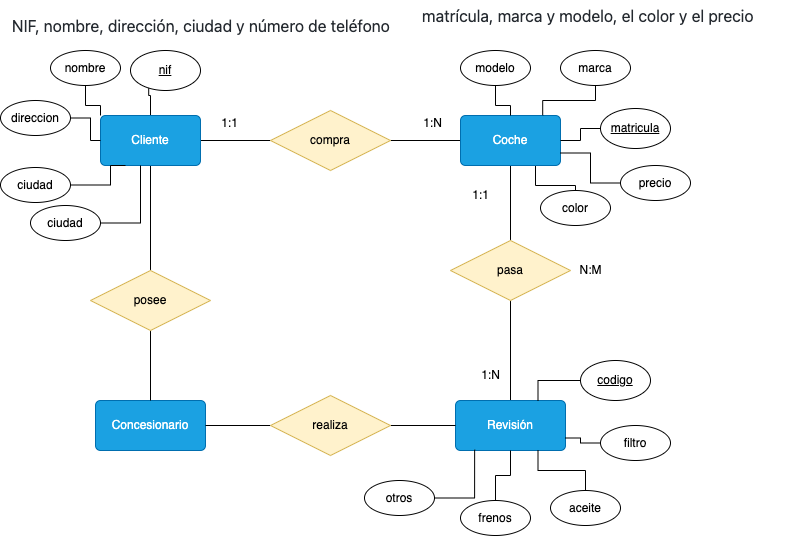
The draw.io diagram Primero/BAE/UNIDAD-2/tareas-clase/tarea6/er-solucion-2.png in jpexposito/docencia, before a commit. Source tidied: cells renumbered, new cells last; positions are measured from the earlier drawing's top-left corner, leaving out a move shared by most shapes. Its diagram source:
```xml
<mxGraphModel>
  <root>
    <mxCell id="0" />
    <mxCell id="1" parent="0" />
    <mxCell id="2" style="edgeStyle=orthogonalEdgeStyle;rounded=0;jettySize=auto;html=1;entryX=0.26;entryY=0.868;entryDx=0;entryDy=0;entryPerimeter=0;endArrow=none;endFill=0;" parent="1" edge="1" source="5" target="30">
      <mxGeometry relative="1" as="geometry" />
    </mxCell>
    <mxCell id="3" style="edgeStyle=orthogonalEdgeStyle;rounded=0;jettySize=auto;html=1;endArrow=none;endFill=0;entryX=0;entryY=0.5;entryDx=0;entryDy=0;" parent="1" edge="1" source="5" target="18">
      <mxGeometry relative="1" as="geometry" />
    </mxCell>
    <mxCell id="4" style="edgeStyle=orthogonalEdgeStyle;rounded=0;jettySize=auto;html=1;endArrow=none;endFill=0;" parent="1" edge="1" source="5" target="54">
      <mxGeometry relative="1" as="geometry" />
    </mxCell>
    <mxCell id="5" value="Cliente" style="rounded=1;arcSize=10;whiteSpace=wrap;html=1;align=center;fillColor=#1ba1e2;strokeColor=#006EAF;fontColor=#ffffff;" parent="1" vertex="1">
      <mxGeometry x="100" y="115" width="100" height="50" as="geometry" />
    </mxCell>
    <mxCell id="6" style="edgeStyle=orthogonalEdgeStyle;rounded=0;jettySize=auto;html=1;endArrow=none;endFill=0;exitX=1;exitY=0.5;exitDx=0;exitDy=0;" parent="1" edge="1" source="18" target="9">
      <mxGeometry relative="1" as="geometry" />
    </mxCell>
    <mxCell id="7" style="edgeStyle=orthogonalEdgeStyle;rounded=0;jettySize=auto;html=1;endArrow=none;endFill=0;entryX=0.5;entryY=0;entryDx=0;entryDy=0;" parent="1" edge="1" source="9" target="19">
      <mxGeometry relative="1" as="geometry" />
    </mxCell>
    <mxCell id="8" style="edgeStyle=orthogonalEdgeStyle;rounded=0;jettySize=auto;html=1;entryX=0.5;entryY=0;entryDx=0;entryDy=0;exitX=0.75;exitY=1;exitDx=0;exitDy=0;endArrow=none;endFill=0;" parent="1" edge="1" source="9" target="23">
      <mxGeometry relative="1" as="geometry" />
    </mxCell>
    <mxCell id="9" value="Coche" style="whiteSpace=wrap;html=1;rounded=1;arcSize=10;fillColor=#1ba1e2;fontColor=#ffffff;strokeColor=#006EAF;" parent="1" vertex="1">
      <mxGeometry x="460" y="115" width="100" height="50" as="geometry" />
    </mxCell>
    <mxCell id="10" style="edgeStyle=orthogonalEdgeStyle;rounded=0;jettySize=auto;html=1;endArrow=none;endFill=0;exitX=0.5;exitY=1;exitDx=0;exitDy=0;" parent="1" edge="1" source="19" target="11">
      <mxGeometry relative="1" as="geometry" />
    </mxCell>
    <mxCell id="11" value="Revisión" style="whiteSpace=wrap;html=1;rounded=1;arcSize=10;fillColor=#1ba1e2;fontColor=#ffffff;strokeColor=#006EAF;" parent="1" vertex="1">
      <mxGeometry x="455" y="400" width="110" height="50" as="geometry" />
    </mxCell>
    <mxCell id="12" value="1:N" style="text;html=1;align=center;verticalAlign=middle;strokeColor=none;fillColor=none;" parent="1" vertex="1">
      <mxGeometry x="412" y="108" width="40" height="30" as="geometry" />
    </mxCell>
    <mxCell id="13" value="1:1" style="text;html=1;align=center;verticalAlign=middle;strokeColor=none;fillColor=none;" parent="1" vertex="1">
      <mxGeometry x="209" y="108" width="40" height="30" as="geometry" />
    </mxCell>
    <mxCell id="14" value="1:1" style="text;html=1;align=center;verticalAlign=middle;strokeColor=none;fillColor=none;" parent="1" vertex="1">
      <mxGeometry x="460" y="180" width="40" height="30" as="geometry" />
    </mxCell>
    <mxCell id="15" value="1:N" style="text;html=1;align=center;verticalAlign=middle;strokeColor=none;fillColor=none;" parent="1" vertex="1">
      <mxGeometry x="470" y="360" width="40" height="30" as="geometry" />
    </mxCell>
    <mxCell id="16" value="N:M" style="text;html=1;align=center;verticalAlign=middle;strokeColor=none;fillColor=none;" parent="1" vertex="1">
      <mxGeometry x="565" y="255" width="50" height="30" as="geometry" />
    </mxCell>
    <mxCell id="17" value="&lt;span style=&quot;color: rgb(36, 41, 47); font-family: -apple-system, &amp;quot;system-ui&amp;quot;, &amp;quot;Segoe UI&amp;quot;, &amp;quot;Noto Sans&amp;quot;, Helvetica, Arial, sans-serif, &amp;quot;Apple Color Emoji&amp;quot;, &amp;quot;Segoe UI Emoji&amp;quot;; font-size: 16px; font-style: normal; font-variant-ligatures: normal; font-variant-caps: normal; font-weight: 400; letter-spacing: normal; orphans: 2; text-align: justify; text-indent: 0px; text-transform: none; widows: 2; word-spacing: 0px; -webkit-text-stroke-width: 0px; background-color: rgb(255, 255, 255); text-decoration-thickness: initial; text-decoration-style: initial; text-decoration-color: initial; float: none; display: inline !important;&quot;&gt;matrícula, marca y modelo, el color y el precio&lt;/span&gt;" style="text;whiteSpace=wrap;html=1;" parent="1" vertex="1">
      <mxGeometry x="420" width="370" height="40" as="geometry" />
    </mxCell>
    <mxCell id="18" value="compra" style="shape=rhombus;perimeter=rhombusPerimeter;whiteSpace=wrap;html=1;align=center;fillColor=#fff2cc;strokeColor=#d6b656;" parent="1" vertex="1">
      <mxGeometry x="270" y="110" width="120" height="60" as="geometry" />
    </mxCell>
    <mxCell id="19" value="pasa" style="shape=rhombus;perimeter=rhombusPerimeter;whiteSpace=wrap;html=1;align=center;fillColor=#fff2cc;strokeColor=#d6b656;" parent="1" vertex="1">
      <mxGeometry x="450" y="240" width="120" height="60" as="geometry" />
    </mxCell>
    <mxCell id="20" value="marca" style="ellipse;whiteSpace=wrap;html=1;align=center;" parent="1" vertex="1">
      <mxGeometry x="560" y="50" width="70" height="35" as="geometry" />
    </mxCell>
    <mxCell id="21" style="edgeStyle=orthogonalEdgeStyle;rounded=0;jettySize=auto;html=1;endArrow=none;endFill=0;" parent="1" edge="1" source="22" target="9">
      <mxGeometry relative="1" as="geometry" />
    </mxCell>
    <mxCell id="22" value="modelo" style="ellipse;whiteSpace=wrap;html=1;align=center;" parent="1" vertex="1">
      <mxGeometry x="460" y="50" width="70" height="35" as="geometry" />
    </mxCell>
    <mxCell id="23" value="color" style="ellipse;whiteSpace=wrap;html=1;align=center;" parent="1" vertex="1">
      <mxGeometry x="540" y="190" width="70" height="35" as="geometry" />
    </mxCell>
    <mxCell id="24" style="edgeStyle=orthogonalEdgeStyle;rounded=0;jettySize=auto;html=1;entryX=1;entryY=0.75;entryDx=0;entryDy=0;endArrow=none;endFill=0;" parent="1" edge="1" source="25" target="9">
      <mxGeometry relative="1" as="geometry" />
    </mxCell>
    <mxCell id="25" value="precio" style="ellipse;whiteSpace=wrap;html=1;align=center;" parent="1" vertex="1">
      <mxGeometry x="620" y="165" width="70" height="35" as="geometry" />
    </mxCell>
    <mxCell id="26" style="edgeStyle=orthogonalEdgeStyle;rounded=0;jettySize=auto;html=1;entryX=1;entryY=0.5;entryDx=0;entryDy=0;endArrow=none;endFill=0;" parent="1" edge="1" source="27" target="9">
      <mxGeometry relative="1" as="geometry" />
    </mxCell>
    <mxCell id="27" value="matricula" style="ellipse;whiteSpace=wrap;html=1;align=center;fontStyle=4;" parent="1" vertex="1">
      <mxGeometry x="600" y="108" width="70" height="40" as="geometry" />
    </mxCell>
    <mxCell id="28" style="edgeStyle=orthogonalEdgeStyle;rounded=0;jettySize=auto;html=1;entryX=0.822;entryY=-0.005;entryDx=0;entryDy=0;entryPerimeter=0;endArrow=none;endFill=0;" parent="1" edge="1" source="20" target="9">
      <mxGeometry relative="1" as="geometry">
        <Array as="points">
          <mxPoint x="595" y="100" />
          <mxPoint x="542" y="100" />
        </Array>
      </mxGeometry>
    </mxCell>
    <mxCell id="29" value="&lt;span style=&quot;color: rgb(36, 41, 47); font-family: -apple-system, &amp;quot;system-ui&amp;quot;, &amp;quot;Segoe UI&amp;quot;, &amp;quot;Noto Sans&amp;quot;, Helvetica, Arial, sans-serif, &amp;quot;Apple Color Emoji&amp;quot;, &amp;quot;Segoe UI Emoji&amp;quot;; font-size: 16px; font-style: normal; font-variant-ligatures: normal; font-variant-caps: normal; font-weight: 400; letter-spacing: normal; orphans: 2; text-align: justify; text-indent: 0px; text-transform: none; widows: 2; word-spacing: 0px; -webkit-text-stroke-width: 0px; background-color: rgb(255, 255, 255); text-decoration-thickness: initial; text-decoration-style: initial; text-decoration-color: initial; float: none; display: inline !important;&quot;&gt;NIF, nombre, dirección, ciudad y número de teléfono&lt;/span&gt;" style="text;whiteSpace=wrap;html=1;" parent="1" vertex="1">
      <mxGeometry x="10" y="10" width="410" height="40" as="geometry" />
    </mxCell>
    <mxCell id="30" value="nif" style="ellipse;whiteSpace=wrap;html=1;align=center;fontStyle=4;" parent="1" vertex="1">
      <mxGeometry x="130" y="50" width="70" height="40" as="geometry" />
    </mxCell>
    <mxCell id="31" style="edgeStyle=orthogonalEdgeStyle;rounded=0;jettySize=auto;html=1;entryX=0;entryY=0;entryDx=0;entryDy=0;endArrow=none;endFill=0;" parent="1" edge="1" source="32" target="5">
      <mxGeometry relative="1" as="geometry" />
    </mxCell>
    <mxCell id="32" value="nombre" style="ellipse;whiteSpace=wrap;html=1;align=center;" parent="1" vertex="1">
      <mxGeometry x="50" y="50" width="70" height="35" as="geometry" />
    </mxCell>
    <mxCell id="33" style="edgeStyle=orthogonalEdgeStyle;rounded=0;jettySize=auto;html=1;entryX=0;entryY=0.5;entryDx=0;entryDy=0;endArrow=none;endFill=0;" parent="1" edge="1" source="34" target="5">
      <mxGeometry relative="1" as="geometry" />
    </mxCell>
    <mxCell id="34" value="direccion" style="ellipse;whiteSpace=wrap;html=1;align=center;" parent="1" vertex="1">
      <mxGeometry y="100" width="70" height="35" as="geometry" />
    </mxCell>
    <mxCell id="35" style="edgeStyle=orthogonalEdgeStyle;rounded=0;jettySize=auto;html=1;entryX=0.25;entryY=1;entryDx=0;entryDy=0;endArrow=none;endFill=0;" parent="1" edge="1" source="36" target="5">
      <mxGeometry relative="1" as="geometry">
        <Array as="points">
          <mxPoint x="110" y="185" />
          <mxPoint x="110" y="165" />
        </Array>
      </mxGeometry>
    </mxCell>
    <mxCell id="36" value="ciudad" style="ellipse;whiteSpace=wrap;html=1;align=center;" parent="1" vertex="1">
      <mxGeometry y="167" width="70" height="35" as="geometry" />
    </mxCell>
    <mxCell id="37" style="edgeStyle=orthogonalEdgeStyle;rounded=0;jettySize=auto;html=1;exitX=1;exitY=0.5;exitDx=0;exitDy=0;endArrow=none;endFill=0;" parent="1" edge="1" source="38" target="5">
      <mxGeometry relative="1" as="geometry">
        <Array as="points">
          <mxPoint x="140" y="223" />
        </Array>
      </mxGeometry>
    </mxCell>
    <mxCell id="38" value="ciudad" style="ellipse;whiteSpace=wrap;html=1;align=center;" parent="1" vertex="1">
      <mxGeometry x="30" y="205" width="70" height="35" as="geometry" />
    </mxCell>
    <mxCell id="39" style="edgeStyle=orthogonalEdgeStyle;rounded=0;jettySize=auto;html=1;entryX=1;entryY=0.75;entryDx=0;entryDy=0;endArrow=none;endFill=0;" parent="1" edge="1" source="40" target="11">
      <mxGeometry relative="1" as="geometry" />
    </mxCell>
    <mxCell id="40" value="filtro" style="ellipse;whiteSpace=wrap;html=1;align=center;" parent="1" vertex="1">
      <mxGeometry x="600" y="425" width="70" height="35" as="geometry" />
    </mxCell>
    <mxCell id="41" style="edgeStyle=orthogonalEdgeStyle;rounded=0;jettySize=auto;html=1;entryX=0.75;entryY=1;entryDx=0;entryDy=0;endArrow=none;endFill=0;" parent="1" edge="1" source="42" target="11">
      <mxGeometry relative="1" as="geometry" />
    </mxCell>
    <mxCell id="42" value="aceite" style="ellipse;whiteSpace=wrap;html=1;align=center;" parent="1" vertex="1">
      <mxGeometry x="550" y="490" width="70" height="35" as="geometry" />
    </mxCell>
    <mxCell id="43" style="edgeStyle=orthogonalEdgeStyle;rounded=0;jettySize=auto;html=1;entryX=0.5;entryY=1;entryDx=0;entryDy=0;endArrow=none;endFill=0;" parent="1" edge="1" source="44" target="11">
      <mxGeometry relative="1" as="geometry" />
    </mxCell>
    <mxCell id="44" value="frenos" style="ellipse;whiteSpace=wrap;html=1;align=center;" parent="1" vertex="1">
      <mxGeometry x="460" y="500" width="70" height="35" as="geometry" />
    </mxCell>
    <mxCell id="45" value="otros" style="ellipse;whiteSpace=wrap;html=1;align=center;" parent="1" vertex="1">
      <mxGeometry x="364" y="480" width="70" height="35" as="geometry" />
    </mxCell>
    <mxCell id="46" style="edgeStyle=orthogonalEdgeStyle;rounded=0;jettySize=auto;html=1;entryX=0.75;entryY=0;entryDx=0;entryDy=0;endArrow=none;endFill=0;" parent="1" edge="1" source="47" target="11">
      <mxGeometry relative="1" as="geometry" />
    </mxCell>
    <mxCell id="47" value="codigo" style="ellipse;whiteSpace=wrap;html=1;align=center;fontStyle=4;" parent="1" vertex="1">
      <mxGeometry x="580" y="360" width="70" height="40" as="geometry" />
    </mxCell>
    <mxCell id="48" value="Concesionario" style="whiteSpace=wrap;html=1;rounded=1;arcSize=10;fillColor=#1ba1e2;fontColor=#ffffff;strokeColor=#006EAF;" parent="1" vertex="1">
      <mxGeometry x="95" y="400" width="110" height="50" as="geometry" />
    </mxCell>
    <mxCell id="49" style="edgeStyle=orthogonalEdgeStyle;rounded=0;jettySize=auto;html=1;entryX=0.174;entryY=0.984;entryDx=0;entryDy=0;entryPerimeter=0;endArrow=none;endFill=0;" parent="1" edge="1" source="45" target="11">
      <mxGeometry relative="1" as="geometry" />
    </mxCell>
    <mxCell id="50" style="edgeStyle=orthogonalEdgeStyle;rounded=0;jettySize=auto;html=1;entryX=0;entryY=0.5;entryDx=0;entryDy=0;endArrow=none;endFill=0;" parent="1" edge="1" source="52" target="11">
      <mxGeometry relative="1" as="geometry" />
    </mxCell>
    <mxCell id="51" style="edgeStyle=orthogonalEdgeStyle;rounded=0;jettySize=auto;html=1;entryX=1;entryY=0.5;entryDx=0;entryDy=0;endArrow=none;endFill=0;" parent="1" edge="1" source="52" target="48">
      <mxGeometry relative="1" as="geometry" />
    </mxCell>
    <mxCell id="52" value="realiza&lt;br&gt;" style="shape=rhombus;perimeter=rhombusPerimeter;whiteSpace=wrap;html=1;align=center;fillColor=#fff2cc;strokeColor=#d6b656;" parent="1" vertex="1">
      <mxGeometry x="270" y="395" width="120" height="60" as="geometry" />
    </mxCell>
    <mxCell id="53" style="edgeStyle=orthogonalEdgeStyle;rounded=0;jettySize=auto;html=1;endArrow=none;endFill=0;" parent="1" edge="1" source="54" target="48">
      <mxGeometry relative="1" as="geometry" />
    </mxCell>
    <mxCell id="54" value="posee" style="shape=rhombus;perimeter=rhombusPerimeter;whiteSpace=wrap;html=1;align=center;fillColor=#fff2cc;strokeColor=#d6b656;" parent="1" vertex="1">
      <mxGeometry x="90" y="270" width="120" height="60" as="geometry" />
    </mxCell>
  </root>
</mxGraphModel>
```
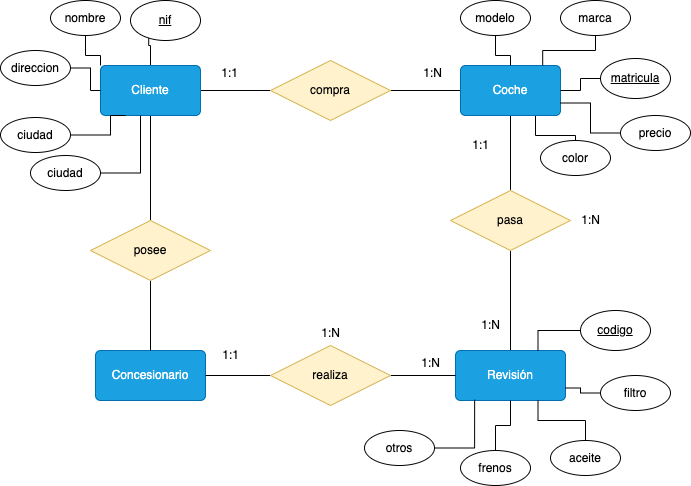
Above is the later version.

What changed in the source:
```diff
@@ -44,12 +44,9 @@
     <mxCell id="15" value="1:N" style="text;html=1;align=center;verticalAlign=middle;strokeColor=none;fillColor=none;" parent="1" vertex="1">
       <mxGeometry x="470" y="360" width="40" height="30" as="geometry" />
     </mxCell>
-    <mxCell id="16" value="N:M" style="text;html=1;align=center;verticalAlign=middle;strokeColor=none;fillColor=none;" parent="1" vertex="1">
-      <mxGeometry x="565" y="255" width="50" height="30" as="geometry" />
+    <mxCell id="16" value="1:N" style="text;html=1;align=center;verticalAlign=middle;strokeColor=none;fillColor=none;" parent="1" vertex="1">
+      <mxGeometry x="570" y="255" width="40" height="30" as="geometry" />
     </mxCell>
-    <mxCell id="17" value="&lt;span style=&quot;color: rgb(36, 41, 47); font-family: -apple-system, &amp;quot;system-ui&amp;quot;, &amp;quot;Segoe UI&amp;quot;, &amp;quot;Noto Sans&amp;quot;, Helvetica, Arial, sans-serif, &amp;quot;Apple Color Emoji&amp;quot;, &amp;quot;Segoe UI Emoji&amp;quot;; font-size: 16px; font-style: normal; font-variant-ligatures: normal; font-variant-caps: normal; font-weight: 400; letter-spacing: normal; orphans: 2; text-align: justify; text-indent: 0px; text-transform: none; widows: 2; word-spacing: 0px; -webkit-text-stroke-width: 0px; background-color: rgb(255, 255, 255); text-decoration-thickness: initial; text-decoration-style: initial; text-decoration-color: initial; float: none; display: inline !important;&quot;&gt;matrícula, marca y modelo, el color y el precio&lt;/span&gt;" style="text;whiteSpace=wrap;html=1;" parent="1" vertex="1">
-      <mxGeometry x="420" width="370" height="40" as="geometry" />
-    </mxCell>
     <mxCell id="18" value="compra" style="shape=rhombus;perimeter=rhombusPerimeter;whiteSpace=wrap;html=1;align=center;fillColor=#fff2cc;strokeColor=#d6b656;" parent="1" vertex="1">
       <mxGeometry x="270" y="110" width="120" height="60" as="geometry" />
     </mxCell>
@@ -88,9 +85,6 @@
         </Array>
       </mxGeometry>
     </mxCell>
-    <mxCell id="29" value="&lt;span style=&quot;color: rgb(36, 41, 47); font-family: -apple-system, &amp;quot;system-ui&amp;quot;, &amp;quot;Segoe UI&amp;quot;, &amp;quot;Noto Sans&amp;quot;, Helvetica, Arial, sans-serif, &amp;quot;Apple Color Emoji&amp;quot;, &amp;quot;Segoe UI Emoji&amp;quot;; font-size: 16px; font-style: normal; font-variant-ligatures: normal; font-variant-caps: normal; font-weight: 400; letter-spacing: normal; orphans: 2; text-align: justify; text-indent: 0px; text-transform: none; widows: 2; word-spacing: 0px; -webkit-text-stroke-width: 0px; background-color: rgb(255, 255, 255); text-decoration-thickness: initial; text-decoration-style: initial; text-decoration-color: initial; float: none; display: inline !important;&quot;&gt;NIF, nombre, dirección, ciudad y número de teléfono&lt;/span&gt;" style="text;whiteSpace=wrap;html=1;" parent="1" vertex="1">
-      <mxGeometry x="10" y="10" width="410" height="40" as="geometry" />
-    </mxCell>
     <mxCell id="30" value="nif" style="ellipse;whiteSpace=wrap;html=1;align=center;fontStyle=4;" parent="1" vertex="1">
       <mxGeometry x="130" y="50" width="70" height="40" as="geometry" />
     </mxCell>
@@ -175,5 +169,14 @@
     <mxCell id="54" value="posee" style="shape=rhombus;perimeter=rhombusPerimeter;whiteSpace=wrap;html=1;align=center;fillColor=#fff2cc;strokeColor=#d6b656;" parent="1" vertex="1">
       <mxGeometry x="90" y="270" width="120" height="60" as="geometry" />
     </mxCell>
+    <mxCell id="55" value="1:N" style="text;html=1;align=center;verticalAlign=middle;strokeColor=none;fillColor=none;" parent="1" vertex="1">
+      <mxGeometry x="410" y="398" width="40" height="30" as="geometry" />
+    </mxCell>
+    <mxCell id="56" value="1:1" style="text;html=1;align=center;verticalAlign=middle;strokeColor=none;fillColor=none;" parent="1" vertex="1">
+      <mxGeometry x="210" y="390" width="40" height="30" as="geometry" />
+    </mxCell>
+    <mxCell id="57" value="1:N" style="text;html=1;align=center;verticalAlign=middle;strokeColor=none;fillColor=none;" parent="1" vertex="1">
+      <mxGeometry x="310" y="368" width="40" height="30" as="geometry" />
+    </mxCell>
   </root>
 </mxGraphModel>
```
